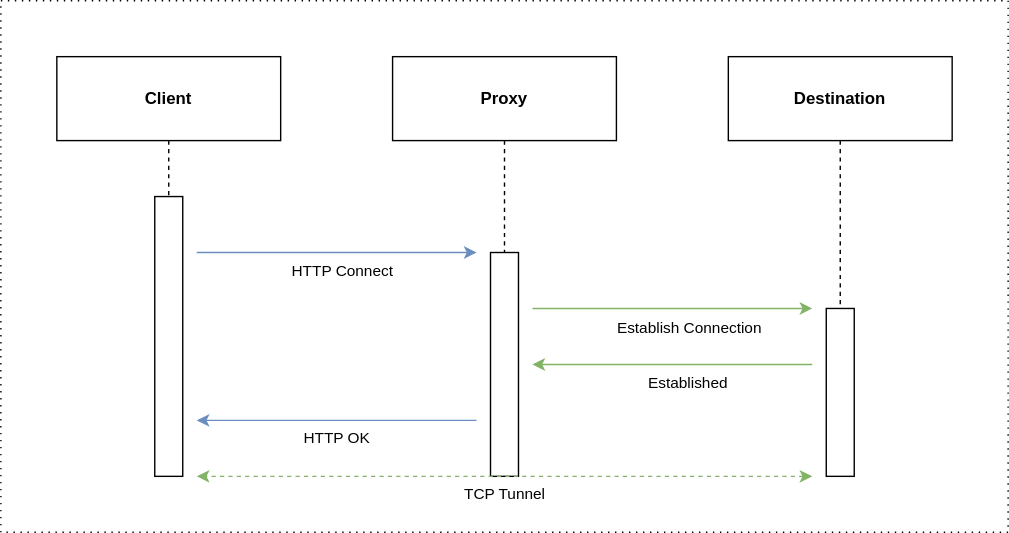
This is static/images/http-connect2.drawio.svg from Cori1109/Cori1109.github.io, a draw.io export, as it was before one commit. Source tidied: cells renumbered, new cells last; positions are measured from the earlier drawing's top-left corner, leaving out a move shared by most shapes.
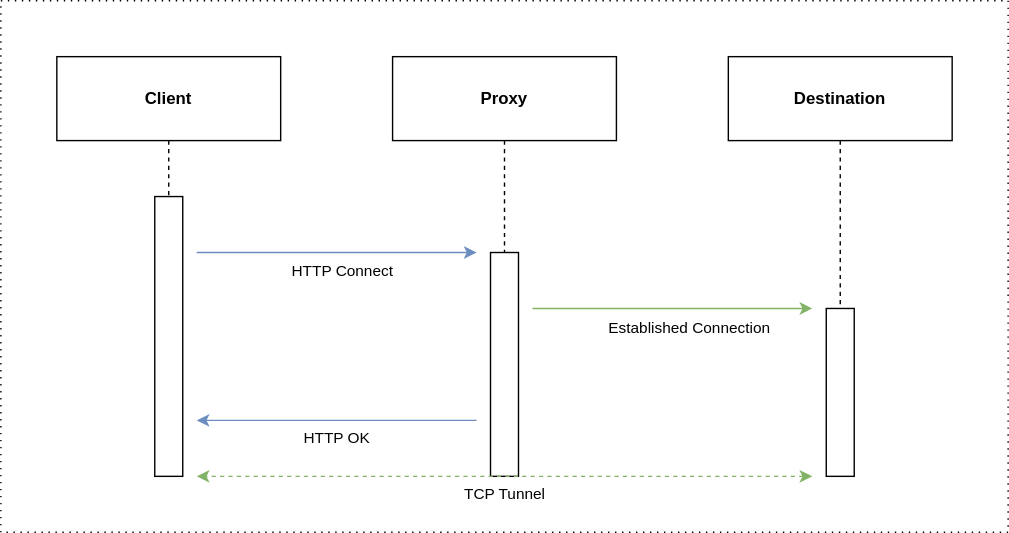
Later version of the same file.

The edit, as a diff of the source:
```diff
@@ -41,7 +41,7 @@
         <mxPoint x="580" y="220" as="targetPoint" />
       </mxGeometry>
     </mxCell>
-    <mxCell id="12" value="Establish Connection" style="edgeLabel;html=1;align=center;verticalAlign=top;" parent="11" vertex="1">
+    <mxCell id="12" value="Established Connection" style="edgeLabel;html=1;align=center;verticalAlign=top;" parent="11" vertex="1">
       <mxGeometry x="0.11" y="-1" relative="1" as="geometry" />
     </mxCell>
     <mxCell id="13" style="shape=rect;html=1;fillColor=#FFFFFF;" parent="1" vertex="1">
@@ -52,17 +52,6 @@
         <mxPoint x="360" y="100" as="sourcePoint" />
       </mxGeometry>
     </mxCell>
-    <mxCell id="15" style="edgeStyle=orthogonalEdgeStyle;rounded=0;orthogonalLoop=1;jettySize=auto;html=1;fillColor=#d5e8d4;strokeColor=#82b366;" parent="1" edge="1">
-      <mxGeometry relative="1" as="geometry">
-        <mxPoint x="580" y="260" as="sourcePoint" />
-        <mxPoint x="380" y="260" as="targetPoint" />
-      </mxGeometry>
-    </mxCell>
-    <mxCell id="16" value="Established" style="edgeLabel;html=1;align=center;verticalAlign=top;" parent="15" vertex="1">
-      <mxGeometry x="-0.23" y="-1" relative="1" as="geometry">
-        <mxPoint x="-13" y="1" as="offset" />
-      </mxGeometry>
-    </mxCell>
     <mxCell id="17" style="shape=rect;html=1;fillColor=#FFFFFF;" parent="1" vertex="1">
       <mxGeometry x="590" y="220" width="20" height="120" as="geometry" />
     </mxCell>
```
